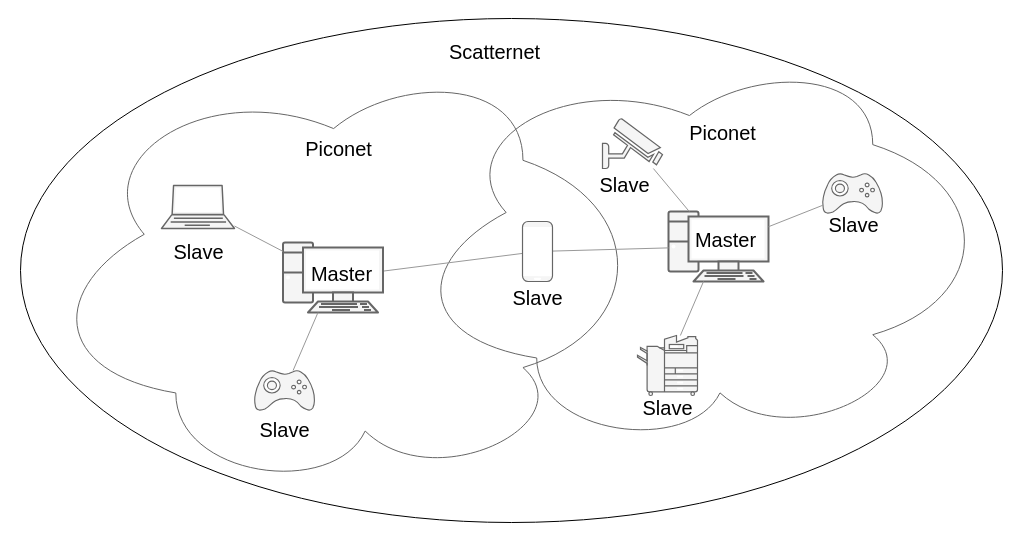
This is Report/graphics/BLE Network.drawio from TheMechatronic/Skripsie-2022, a draw.io file, before an edit. Source tidied: cells renumbered, new cells numbered last; positions are measured from the earlier drawing's top-left corner, leaving out a move shared by most shapes. Both pictures are drawn from the tidied source at 100%, with x=0, y=0 at pixel (20, -45).
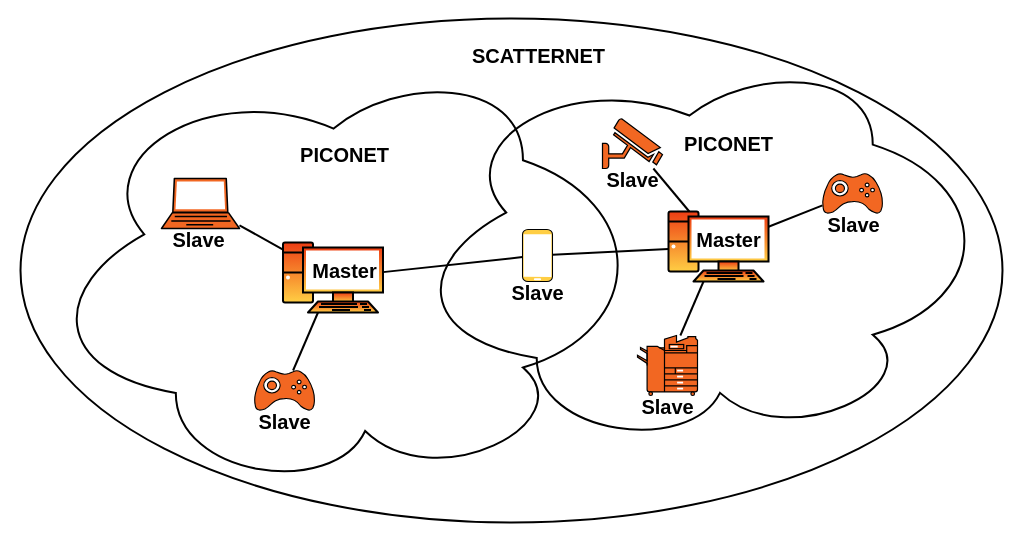
Above is the later version.

Diff of the diagram source:
```diff
@@
-    <mxCell id="2" style="ellipse;whiteSpace=wrap;html=1;fillColor=none;fontSize=13;" parent="1" vertex="1">
+    <mxCell id="2" style="ellipse;whiteSpace=wrap;html=1;fillColor=none;fontSize=13;strokeWidth=2;" parent="1" vertex="1">
       <mxGeometry y="63" width="982" height="504" as="geometry" />
     </mxCell>
-    <mxCell id="3" style="ellipse;shape=cloud;whiteSpace=wrap;html=1;strokeColor=#666666;fontColor=#333333;fillColor=none;rotation=-90;" parent="1" vertex="1">
+    <mxCell id="3" style="ellipse;shape=cloud;whiteSpace=wrap;html=1;fontColor=#333333;fillColor=none;rotation=-90;strokeWidth=2;" parent="1" vertex="1">
       <mxGeometry x="475" width="387.9" height="611" as="geometry" />
     </mxCell>
-    <mxCell id="4" style="ellipse;shape=cloud;whiteSpace=wrap;html=1;strokeColor=#666666;fontColor=#333333;fillColor=none;rotation=-90;" parent="1" vertex="1">
+    <mxCell id="4" style="ellipse;shape=cloud;whiteSpace=wrap;html=1;fontColor=#333333;fillColor=none;rotation=-90;strokeWidth=2;" parent="1" vertex="1">
       <mxGeometry x="101.6" y="16.1" width="423" height="631.2" as="geometry" />
     </mxCell>
-    <mxCell id="5" style="fontColor=#333333;verticalAlign=top;verticalLabelPosition=bottom;labelPosition=center;align=center;html=1;outlineConnect=0;fillColor=#f5f5f5;strokeColor=#666666;gradientDirection=north;strokeWidth=2;shape=mxgraph.networks.pc;" parent="1" vertex="1">
+    <mxCell id="5" style="verticalAlign=top;verticalLabelPosition=bottom;labelPosition=center;align=center;html=1;outlineConnect=0;fillColor=#ED3D14;gradientDirection=south;strokeWidth=2;shape=mxgraph.networks.pc;gradientColor=#FFCE44;" parent="1" vertex="1">
       <mxGeometry x="648" y="256" width="100" height="70" as="geometry" />
     </mxCell>
-    <mxCell id="6" style="edgeStyle=none;rounded=0;jettySize=auto;html=1;endArrow=none;endFill=0;strokeColor=#999999;" parent="1" edge="1" source="7" target="5">
+    <mxCell id="6" style="edgeStyle=none;rounded=0;jettySize=auto;html=1;endArrow=none;endFill=0;strokeColor=#000000;strokeWidth=2;" parent="1" edge="1" source="7" target="5">
       <mxGeometry relative="1" as="geometry" />
     </mxCell>
-    <mxCell id="7" style="fontColor=#333333;verticalAlign=top;verticalLabelPosition=bottom;labelPosition=center;align=center;html=1;outlineConnect=0;fillColor=#f5f5f5;strokeColor=#666666;gradientDirection=north;strokeWidth=2;shape=mxgraph.networks.gamepad;" parent="1" vertex="1">
+    <mxCell id="7" style="verticalAlign=top;verticalLabelPosition=bottom;labelPosition=center;align=center;html=1;outlineConnect=0;fillColor=#F26722;gradientDirection=north;strokeWidth=2;shape=mxgraph.networks.gamepad;" parent="1" vertex="1">
       <mxGeometry x="802" y="218" width="60" height="40" as="geometry" />
     </mxCell>
-    <mxCell id="8" style="edgeStyle=none;rounded=0;jettySize=auto;html=1;endArrow=none;endFill=0;strokeColor=#999999;" parent="1" edge="1" source="9" target="5">
+    <mxCell id="8" style="edgeStyle=none;rounded=0;jettySize=auto;html=1;endArrow=none;endFill=0;strokeColor=#000000;strokeWidth=2;" parent="1" edge="1" source="9" target="5">
       <mxGeometry relative="1" as="geometry" />
     </mxCell>
-    <mxCell id="9" style="fontColor=#333333;verticalAlign=top;verticalLabelPosition=bottom;labelPosition=center;align=center;html=1;outlineConnect=0;fillColor=#f5f5f5;strokeColor=#666666;gradientDirection=north;strokeWidth=2;shape=mxgraph.networks.security_camera;" parent="1" vertex="1">
+    <mxCell id="9" style="verticalAlign=top;verticalLabelPosition=bottom;labelPosition=center;align=center;html=1;outlineConnect=0;fillColor=#F26722;gradientDirection=north;strokeWidth=2;shape=mxgraph.networks.security_camera;" parent="1" vertex="1">
       <mxGeometry x="582" y="163" width="60" height="50" as="geometry" />
     </mxCell>
-    <mxCell id="10" style="edgeStyle=none;rounded=0;jettySize=auto;html=1;endArrow=none;endFill=0;strokeColor=#999999;" parent="1" edge="1" source="11" target="5">
+    <mxCell id="10" style="edgeStyle=none;rounded=0;jettySize=auto;html=1;endArrow=none;endFill=0;strokeColor=#000000;strokeWidth=2;" parent="1" edge="1" source="11" target="5">
       <mxGeometry relative="1" as="geometry" />
     </mxCell>
-    <mxCell id="11" style="fontColor=#333333;verticalAlign=top;verticalLabelPosition=bottom;labelPosition=center;align=center;html=1;outlineConnect=0;fillColor=#f5f5f5;strokeColor=#666666;gradientDirection=north;strokeWidth=2;shape=mxgraph.networks.copier;" parent="1" vertex="1">
+    <mxCell id="11" style="verticalAlign=top;verticalLabelPosition=bottom;labelPosition=center;align=center;html=1;outlineConnect=0;gradientDirection=north;strokeWidth=2;shape=mxgraph.networks.copier;fillColor=#F26722;" parent="1" vertex="1">
       <mxGeometry x="617" y="380" width="60" height="60" as="geometry" />
     </mxCell>
-    <mxCell id="12" style="edgeStyle=none;rounded=0;jettySize=auto;html=1;endArrow=none;endFill=0;strokeColor=#999999;" parent="1" edge="1" source="14" target="5">
+    <mxCell id="12" style="edgeStyle=none;rounded=0;jettySize=auto;html=1;endArrow=none;endFill=0;strokeWidth=2;" parent="1" edge="1" source="14" target="5">
       <mxGeometry relative="1" as="geometry" />
     </mxCell>
-    <mxCell id="13" style="edgeStyle=none;rounded=0;jettySize=auto;html=1;endArrow=none;endFill=0;strokeColor=#999999;" parent="1" edge="1" source="14" target="22">
+    <mxCell id="13" style="edgeStyle=none;rounded=0;jettySize=auto;html=1;endArrow=none;endFill=0;strokeColor=#000000;strokeWidth=2;" parent="1" edge="1" source="14" target="22">
       <mxGeometry relative="1" as="geometry" />
     </mxCell>
-    <mxCell id="14" style="fontColor=#333333;verticalAlign=top;verticalLabelPosition=bottom;labelPosition=center;align=center;html=1;outlineConnect=0;fillColor=#f5f5f5;strokeColor=#666666;gradientDirection=north;strokeWidth=2;shape=mxgraph.networks.mobile;" parent="1" vertex="1">
-      <mxGeometry x="502" y="266" width="30" height="60" as="geometry" />
+    <mxCell id="14" style="verticalAlign=top;verticalLabelPosition=bottom;labelPosition=center;align=center;html=1;outlineConnect=0;gradientDirection=north;strokeWidth=2;shape=mxgraph.networks.mobile;perimeterSpacing=0;fillColor=#FFCE44;" parent="1" vertex="1">
+      <mxGeometry x="502" y="274" width="30" height="52" as="geometry" />
     </mxCell>
-    <mxCell id="15" value="&lt;font style=&quot;font-size: 20px&quot;&gt;Slave&lt;/font&gt;" style="text;html=1;align=center;verticalAlign=middle;fontSize=13;" parent="1" vertex="1">
-      <mxGeometry x="802.5" y="258" width="60" height="22" as="geometry" />
+    <mxCell id="15" value="&lt;font style=&quot;font-size: 20px&quot;&gt;&lt;b&gt;Slave&lt;/b&gt;&lt;/font&gt;" style="text;html=1;align=center;verticalAlign=middle;fontSize=13;" parent="1" vertex="1">
+      <mxGeometry x="801.5" y="258" width="62" height="22" as="geometry" />
     </mxCell>
-    <mxCell id="16" value="&lt;font style=&quot;font-size: 20px&quot;&gt;Slave&lt;/font&gt;" style="text;html=1;align=center;verticalAlign=middle;fontSize=13;" parent="1" vertex="1">
-      <mxGeometry x="574" y="218" width="60" height="22" as="geometry" />
+    <mxCell id="16" value="&lt;font style=&quot;font-size: 20px&quot;&gt;&lt;b&gt;Slave&lt;/b&gt;&lt;/font&gt;" style="text;html=1;align=center;verticalAlign=middle;fontSize=13;" parent="1" vertex="1">
+      <mxGeometry x="581" y="213" width="62" height="22" as="geometry" />
     </mxCell>
-    <mxCell id="17" value="&lt;font style=&quot;font-size: 20px&quot;&gt;Slave&lt;/font&gt;" style="text;html=1;align=center;verticalAlign=middle;fontSize=13;" parent="1" vertex="1">
-      <mxGeometry x="617" y="441" width="60" height="22" as="geometry" />
+    <mxCell id="17" value="&lt;font style=&quot;font-size: 20px&quot;&gt;&lt;b&gt;Slave&lt;/b&gt;&lt;/font&gt;" style="text;html=1;align=center;verticalAlign=middle;fontSize=13;" parent="1" vertex="1">
+      <mxGeometry x="616" y="440" width="62" height="22" as="geometry" />
     </mxCell>
-    <mxCell id="18" value="&lt;font style=&quot;font-size: 20px&quot;&gt;Slave&lt;/font&gt;" style="text;html=1;align=center;verticalAlign=middle;fontSize=13;" parent="1" vertex="1">
-      <mxGeometry x="487" y="331" width="60" height="22" as="geometry" />
+    <mxCell id="18" value="&lt;font style=&quot;font-size: 20px&quot;&gt;&lt;b&gt;Slave&lt;/b&gt;&lt;/font&gt;" style="text;html=1;align=center;verticalAlign=middle;fontSize=13;" parent="1" vertex="1">
+      <mxGeometry x="486" y="326" width="62" height="22" as="geometry" />
     </mxCell>
-    <mxCell id="19" value="&lt;font style=&quot;font-size: 20px&quot;&gt;Master&lt;/font&gt;" style="text;html=1;align=center;verticalAlign=middle;fontSize=13;" parent="1" vertex="1">
-      <mxGeometry x="669" y="273" width="71" height="22" as="geometry" />
+    <mxCell id="19" value="&lt;font style=&quot;font-size: 20px&quot;&gt;&lt;b&gt;Master&lt;/b&gt;&lt;/font&gt;" style="text;html=1;align=center;verticalAlign=middle;fontSize=13;" parent="1" vertex="1">
+      <mxGeometry x="670" y="273" width="75" height="22" as="geometry" />
     </mxCell>
-    <mxCell id="20" value="&lt;font style=&quot;font-size: 20px&quot;&gt;Piconet&lt;/font&gt;" style="text;html=1;align=center;verticalAlign=middle;fontSize=13;" parent="1" vertex="1">
-      <mxGeometry x="664" y="166" width="76" height="22" as="geometry" />
+    <mxCell id="20" value="&lt;font style=&quot;font-size: 20px&quot;&gt;&lt;b&gt;PICONET&lt;/b&gt;&lt;/font&gt;" style="text;html=1;align=center;verticalAlign=middle;fontSize=13;" parent="1" vertex="1">
+      <mxGeometry x="658.5" y="177" width="99" height="22" as="geometry" />
     </mxCell>
-    <mxCell id="21" value="&lt;font style=&quot;font-size: 20px&quot;&gt;Scatternet&lt;/font&gt;" style="text;html=1;align=center;verticalAlign=middle;fontSize=13;" parent="1" vertex="1">
-      <mxGeometry x="423.6" y="85" width="101" height="22" as="geometry" />
+    <mxCell id="21" value="&lt;font style=&quot;font-size: 20px&quot;&gt;&lt;b&gt;SCATTERNET&lt;/b&gt;&lt;/font&gt;" style="text;html=1;align=center;verticalAlign=middle;fontSize=13;" parent="1" vertex="1">
+      <mxGeometry x="446.5" y="89" width="143" height="22" as="geometry" />
     </mxCell>
-    <mxCell id="22" style="verticalAlign=top;verticalLabelPosition=bottom;labelPosition=center;align=center;html=1;outlineConnect=0;gradientDirection=north;strokeWidth=2;shape=mxgraph.networks.pc;fillColor=#f5f5f5;strokeColor=#666666;fontColor=#333333;" parent="1" vertex="1">
+    <mxCell id="22" style="verticalAlign=top;verticalLabelPosition=bottom;labelPosition=center;align=center;html=1;outlineConnect=0;gradientDirection=south;strokeWidth=2;shape=mxgraph.networks.pc;strokeColor=#000000;fillColor=#ED3D14;gradientColor=#FFCE44;" parent="1" vertex="1">
       <mxGeometry x="262.5" y="287" width="100" height="70" as="geometry" />
     </mxCell>
-    <mxCell id="23" style="edgeStyle=none;rounded=0;jettySize=auto;html=1;endArrow=none;endFill=0;strokeColor=#999999;" parent="1" edge="1" source="24" target="22">
+    <mxCell id="23" style="edgeStyle=none;rounded=0;jettySize=auto;html=1;endArrow=none;endFill=0;strokeColor=#000000;strokeWidth=2;" parent="1" edge="1" source="24" target="22">
       <mxGeometry x="-149" y="-20" as="geometry" />
     </mxCell>
-    <mxCell id="24" style="fontColor=#333333;verticalAlign=top;verticalLabelPosition=bottom;labelPosition=center;align=center;html=1;outlineConnect=0;fillColor=#f5f5f5;strokeColor=#666666;gradientDirection=north;strokeWidth=2;shape=mxgraph.networks.gamepad;" parent="1" vertex="1">
+    <mxCell id="24" style="verticalAlign=top;verticalLabelPosition=bottom;labelPosition=center;align=center;html=1;outlineConnect=0;fillColor=#F26722;gradientDirection=north;strokeWidth=2;shape=mxgraph.networks.gamepad;" parent="1" vertex="1">
       <mxGeometry x="234" y="415" width="60" height="40" as="geometry" />
     </mxCell>
-    <mxCell id="25" style="edgeStyle=none;rounded=0;jettySize=auto;html=1;endArrow=none;endFill=0;strokeColor=#999999;" parent="1" edge="1" source="26" target="22">
+    <mxCell id="25" style="edgeStyle=none;rounded=0;jettySize=auto;html=1;endArrow=none;endFill=0;strokeColor=#000000;strokeWidth=2;" parent="1" edge="1" source="26" target="22">
       <mxGeometry x="-149" y="-20" as="geometry" />
     </mxCell>
-    <mxCell id="26" style="fontColor=#333333;verticalAlign=top;verticalLabelPosition=bottom;labelPosition=center;align=center;html=1;outlineConnect=0;fillColor=#f5f5f5;strokeColor=#666666;gradientDirection=north;strokeWidth=2;shape=mxgraph.networks.laptop;" parent="1" vertex="1">
-      <mxGeometry x="141" y="230" width="73" height="43" as="geometry" />
+    <mxCell id="26" style="verticalAlign=top;verticalLabelPosition=bottom;labelPosition=center;align=center;html=1;outlineConnect=0;fillColor=#F26722;gradientDirection=north;strokeWidth=2;shape=mxgraph.networks.laptop;" parent="1" vertex="1">
+      <mxGeometry x="141" y="223" width="78" height="50" as="geometry" />
     </mxCell>
-    <mxCell id="27" value="&lt;font style=&quot;font-size: 20px&quot;&gt;Slave&lt;/font&gt;" style="text;html=1;align=center;verticalAlign=middle;fontSize=13;" parent="1" vertex="1">
-      <mxGeometry x="147.5" y="285" width="60" height="22" as="geometry" />
+    <mxCell id="27" value="&lt;font style=&quot;font-size: 20px&quot;&gt;&lt;b&gt;Slave&lt;/b&gt;&lt;/font&gt;" style="text;html=1;align=center;verticalAlign=middle;fontSize=13;" parent="1" vertex="1">
+      <mxGeometry x="146.5" y="273" width="62" height="22" as="geometry" />
     </mxCell>
-    <mxCell id="28" value="&lt;font style=&quot;font-size: 20px&quot;&gt;Slave&lt;/font&gt;" style="text;html=1;align=center;verticalAlign=middle;fontSize=13;" parent="1" vertex="1">
-      <mxGeometry x="234" y="463" width="60" height="22" as="geometry" />
+    <mxCell id="28" value="&lt;font style=&quot;font-size: 20px&quot;&gt;&lt;b&gt;Slave&lt;/b&gt;&lt;/font&gt;" style="text;html=1;align=center;verticalAlign=middle;fontSize=13;" parent="1" vertex="1">
+      <mxGeometry x="233" y="455" width="62" height="22" as="geometry" />
     </mxCell>
-    <mxCell id="29" value="&lt;font style=&quot;font-size: 20px&quot;&gt;Master&lt;/font&gt;" style="text;html=1;align=center;verticalAlign=middle;fontSize=13;" parent="1" vertex="1">
-      <mxGeometry x="285" y="307" width="71" height="22" as="geometry" />
+    <mxCell id="29" value="&lt;font style=&quot;font-size: 20px&quot;&gt;&lt;b&gt;Master&lt;/b&gt;&lt;/font&gt;" style="text;html=1;align=center;verticalAlign=middle;fontSize=13;" parent="1" vertex="1">
+      <mxGeometry x="286" y="304" width="75" height="22" as="geometry" />
     </mxCell>
-    <mxCell id="30" value="&lt;font style=&quot;font-size: 20px&quot;&gt;Piconet&lt;/font&gt;" style="text;html=1;align=center;verticalAlign=middle;fontSize=13;" parent="1" vertex="1">
-      <mxGeometry x="280" y="182" width="76" height="22" as="geometry" />
+    <mxCell id="30" value="&lt;font style=&quot;font-size: 20px&quot;&gt;&lt;b&gt;PICONET&lt;/b&gt;&lt;/font&gt;" style="text;html=1;align=center;verticalAlign=middle;fontSize=13;" parent="1" vertex="1">
+      <mxGeometry x="274.5" y="188" width="99" height="22" as="geometry" />
     </mxCell>
```
